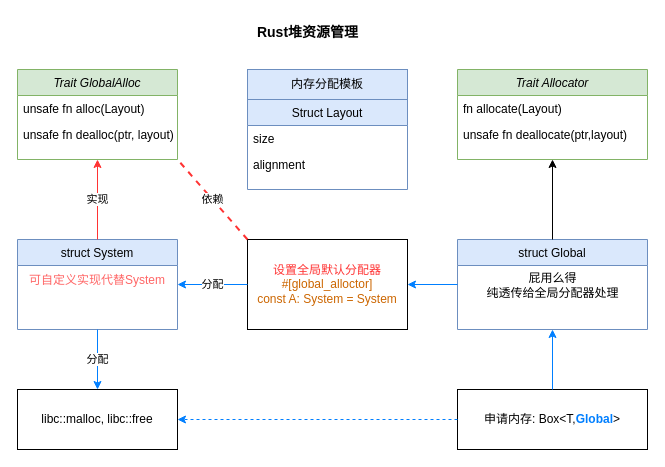
muksee/drust keeps this draw.io diagram as note/diagram/alloc.drawio. Above is the earlier version. Source tidied: cells renumbered, new cells numbered last; positions are measured from the earlier drawing's top-left corner, leaving out a move shared by most shapes. Both pictures are drawn from the tidied source at 100%, with x=0, y=0 at pixel (17, 17).
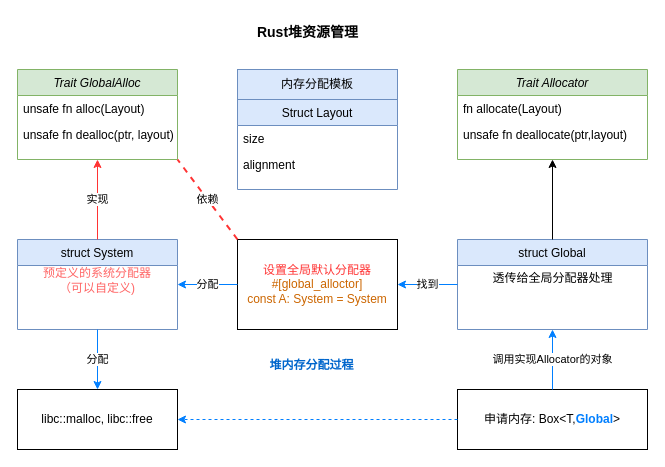
The same page after the edit.

Unchanged cells that the change refers to:
```xml
<mxCell id="5" value="struct System" style="swimlane;fontStyle=0;align=center;verticalAlign=top;horizontal=1;startSize=26;rounded=0;shadow=0;strokeWidth=1;fillColor=#dae8fc;strokeColor=#6c8ebf;" parent="1" vertex="1">
  <mxGeometry y="222" width="160" height="90" as="geometry" />
</mxCell>
<mxCell id="7" value="struct Global" style="swimlane;fontStyle=0;align=center;verticalAlign=top;horizontal=1;startSize=26;rounded=0;shadow=0;strokeWidth=1;fillColor=#dae8fc;strokeColor=#6c8ebf;" parent="1" vertex="1">
  <mxGeometry x="440" y="222" width="190" height="90" as="geometry" />
</mxCell>
<mxCell id="17" value="申请内存: Box&amp;lt;T,&lt;font color=&quot;#007fff&quot;&gt;&lt;b&gt;Global&lt;/b&gt;&lt;/font&gt;&amp;gt;" style="rounded=0;whiteSpace=wrap;html=1;" parent="1" vertex="1">
  <mxGeometry x="440" y="372" width="190" height="60" as="geometry" />
</mxCell>
```

What changed in the source:
```diff
@@
-    <mxCell id="6" value="可自定义实现代替System" style="text;html=1;strokeColor=none;fillColor=none;align=center;verticalAlign=middle;whiteSpace=wrap;rounded=0;fontColor=#FF6666;" parent="5" vertex="1">
+    <mxCell id="6" value="预定义的系统分配器&lt;br&gt;（可以自定义)" style="text;html=1;strokeColor=none;fillColor=none;align=center;verticalAlign=middle;whiteSpace=wrap;rounded=0;fontColor=#FF6666;" parent="5" vertex="1">
       <mxGeometry y="26" width="160" height="30" as="geometry" />
     </mxCell>
@@
-    <mxCell id="8" value="屁用么得&lt;br&gt;纯透传给全局分配器处理" style="text;html=1;align=center;verticalAlign=middle;strokeColor=none;fillColor=none;" parent="7" vertex="1">
-      <mxGeometry y="26" width="190" height="40" as="geometry" />
+    <mxCell id="8" value="透传给全局分配器处理" style="text;html=1;align=center;verticalAlign=middle;strokeColor=none;fillColor=none;" parent="7" vertex="1">
+      <mxGeometry y="26" width="190" height="26" as="geometry" />
     </mxCell>
@@
     <mxCell id="15" value="&lt;font color=&quot;#ff3333&quot;&gt;设置全局默认分配器&lt;br&gt;&lt;/font&gt;&lt;font color=&quot;#cc6600&quot;&gt;#[global_alloctor]&lt;br&gt;const A: System = System&lt;/font&gt;" style="rounded=0;whiteSpace=wrap;html=1;" parent="1" vertex="1">
-      <mxGeometry x="230" y="222" width="160" height="90" as="geometry" />
+      <mxGeometry x="220" y="222" width="160" height="90" as="geometry" />
     </mxCell>
@@
-    <mxCell id="18" style="endArrow=classic;html=1;rounded=0;exitX=0.5;exitY=0;exitDx=0;exitDy=0;entryX=0.5;entryY=1;entryDx=0;entryDy=0;strokeColor=#007FFF;" parent="1" edge="1" source="17" target="7">
+    <mxCell id="18" value="调用实现Allocator的对象" style="endArrow=classic;html=1;rounded=0;exitX=0.5;exitY=0;exitDx=0;exitDy=0;entryX=0.5;entryY=1;entryDx=0;entryDy=0;strokeColor=#007FFF;" parent="1" edge="1" source="17" target="7">
       <mxGeometry relative="1" as="geometry" />
     </mxCell>
     <mxCell id="19" value="Struct Layout" style="swimlane;fontStyle=0;align=center;verticalAlign=top;horizontal=1;startSize=26;rounded=0;shadow=0;strokeWidth=1;fillColor=#dae8fc;strokeColor=#6c8ebf;" parent="1" vertex="1">
-      <mxGeometry x="230" y="82" width="160" height="90" as="geometry" />
+      <mxGeometry x="220" y="82" width="160" height="90" as="geometry" />
     </mxCell>
@@
-    <mxCell id="23" style="endArrow=classic;html=1;rounded=0;entryX=1;entryY=0.5;entryDx=0;entryDy=0;exitX=0;exitY=0.5;exitDx=0;exitDy=0;strokeColor=#007FFF;" parent="1" edge="1" source="7" target="15">
+    <mxCell id="23" value="找到" style="endArrow=classic;html=1;rounded=0;entryX=1;entryY=0.5;entryDx=0;entryDy=0;exitX=0;exitY=0.5;exitDx=0;exitDy=0;strokeColor=#007FFF;" parent="1" edge="1" source="7" target="15">
       <mxGeometry relative="1" as="geometry" />
     </mxCell>
     <mxCell id="24" value="内存分配模板" style="rounded=0;whiteSpace=wrap;html=1;fillColor=#dae8fc;strokeColor=#6c8ebf;" parent="1" vertex="1">
-      <mxGeometry x="230" y="52" width="160" height="30" as="geometry" />
+      <mxGeometry x="220" y="52" width="160" height="30" as="geometry" />
     </mxCell>
@@
+    <mxCell id="28" value="堆内存分配过程" style="text;html=1;align=center;verticalAlign=middle;strokeColor=none;fillColor=none;fontColor=#0066CC;fontStyle=1;" parent="1" vertex="1">
+      <mxGeometry x="243" y="335" width="102" height="26" as="geometry" />
+    </mxCell>
```
